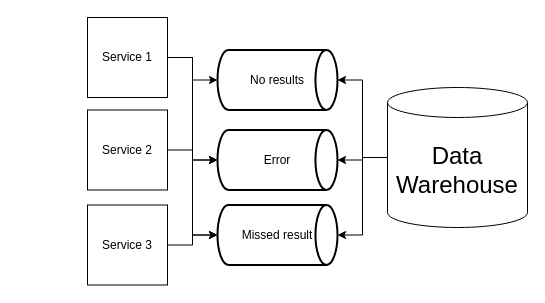
This is Untitled Diagram.drawio from AlessioPr/architecture, a draw.io file, before an edit. Source tidied: cells renumbered, new cells numbered last; positions are measured from the earlier drawing's top-left corner, leaving out a move shared by most shapes. Both pictures are drawn from the tidied source at 100%, with x=0, y=0 at pixel (87, 17).
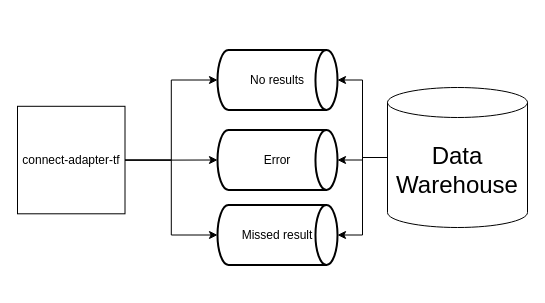
Above is the later version.

Diff of the diagram source:
```diff
@@
 <mxGraphModel>
   <root>
     <mxCell id="0" />
     <mxCell id="1" parent="0" />
     <mxCell id="2" style="edgeStyle=orthogonalEdgeStyle;rounded=0;jettySize=auto;html=1;entryX=0;entryY=0.5;entryDx=0;entryDy=0;entryPerimeter=0;" parent="1" edge="1" source="5" target="10">
       <mxGeometry relative="1" as="geometry" />
     </mxCell>
     <mxCell id="3" style="edgeStyle=orthogonalEdgeStyle;rounded=0;jettySize=auto;html=1;entryX=0;entryY=0.5;entryDx=0;entryDy=0;entryPerimeter=0;" parent="1" edge="1" source="5" target="11">
       <mxGeometry relative="1" as="geometry" />
     </mxCell>
     <mxCell id="4" style="edgeStyle=orthogonalEdgeStyle;rounded=0;jettySize=auto;html=1;entryX=0;entryY=0.5;entryDx=0;entryDy=0;entryPerimeter=0;" parent="1" edge="1" source="5" target="12">
       <mxGeometry relative="1" as="geometry" />
     </mxCell>
-    <mxCell id="5" value="Service 1" style="whiteSpace=wrap;html=1;" parent="1" vertex="1">
-      <mxGeometry width="80" height="80" as="geometry" />
+    <mxCell id="5" value="connect-adapter-tf" style="whiteSpace=wrap;html=1;" parent="1" vertex="1">
+      <mxGeometry x="-70" y="88.8" width="107.5" height="107.5" as="geometry" />
     </mxCell>
-    <mxCell id="6" style="edgeStyle=orthogonalEdgeStyle;rounded=0;jettySize=auto;html=1;" parent="1" edge="1" source="7" target="11">
-      <mxGeometry relative="1" as="geometry" />
-    </mxCell>
-    <mxCell id="7" value="Service 2" style="whiteSpace=wrap;html=1;" parent="1" vertex="1">
-      <mxGeometry y="92.5" width="80" height="80" as="geometry" />
-    </mxCell>
-    <mxCell id="8" style="edgeStyle=orthogonalEdgeStyle;rounded=0;jettySize=auto;html=1;" parent="1" edge="1" source="9" target="10">
-      <mxGeometry relative="1" as="geometry" />
-    </mxCell>
-    <mxCell id="9" value="Service 3" style="whiteSpace=wrap;html=1;" parent="1" vertex="1">
-      <mxGeometry y="187.5" width="80" height="80" as="geometry" />
-    </mxCell>
     <mxCell id="10" value="Missed result" style="strokeWidth=2;html=1;shape=mxgraph.flowchart.direct_data;whiteSpace=wrap;" parent="1" vertex="1">
       <mxGeometry x="130" y="187.5" width="120" height="60" as="geometry" />
     </mxCell>
     <mxCell id="11" value="Error" style="strokeWidth=2;html=1;shape=mxgraph.flowchart.direct_data;whiteSpace=wrap;" parent="1" vertex="1">
       <mxGeometry x="130" y="112.5" width="120" height="60" as="geometry" />
     </mxCell>
     <mxCell id="12" value="No results" style="strokeWidth=2;html=1;shape=mxgraph.flowchart.direct_data;whiteSpace=wrap;" parent="1" vertex="1">
       <mxGeometry x="130" y="32.5" width="120" height="60" as="geometry" />
     </mxCell>
     <mxCell id="13" style="edgeStyle=orthogonalEdgeStyle;rounded=0;jettySize=auto;html=1;exitX=0;exitY=0.5;exitDx=0;exitDy=0;exitPerimeter=0;entryX=1;entryY=0.5;entryDx=0;entryDy=0;entryPerimeter=0;" parent="1" edge="1" source="16" target="12">
       <mxGeometry relative="1" as="geometry" />
     </mxCell>
     <mxCell id="14" style="edgeStyle=orthogonalEdgeStyle;rounded=0;jettySize=auto;html=1;" parent="1" edge="1" source="16" target="10">
       <mxGeometry relative="1" as="geometry" />
     </mxCell>
     <mxCell id="15" style="edgeStyle=orthogonalEdgeStyle;rounded=0;jettySize=auto;html=1;entryX=1;entryY=0.5;entryDx=0;entryDy=0;entryPerimeter=0;" parent="1" edge="1" source="16" target="11">
       <mxGeometry relative="1" as="geometry" />
     </mxCell>
     <mxCell id="16" value="&lt;font style=&quot;font-size: 24px;&quot;&gt;Data Warehouse&lt;/font&gt;" style="shape=cylinder3;whiteSpace=wrap;html=1;boundedLbl=1;backgroundOutline=1;size=15;" parent="1" vertex="1">
       <mxGeometry x="300" y="70" width="140" height="140" as="geometry" />
     </mxCell>
   </root>
 </mxGraphModel>
```
